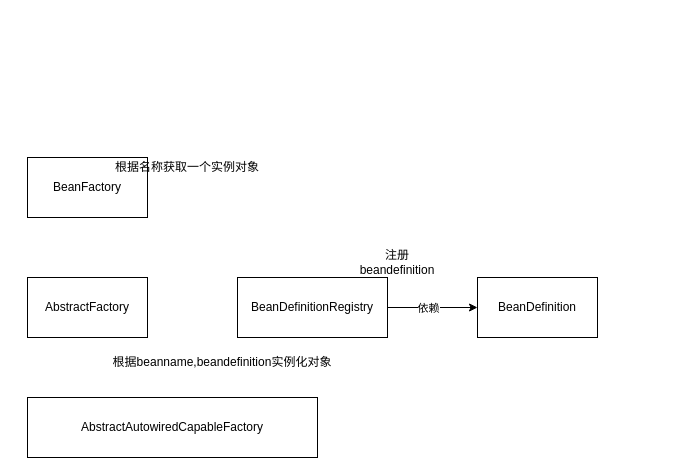
Before: 未命名绘图.drawio in basion187559/draw.io, a draw.io diagram. Source tidied: cells renumbered, new cells numbered last; positions are measured from the earlier drawing's top-left corner, leaving out a move shared by most shapes. Both pictures are drawn from the tidied source at 100%, with x=0, y=0 at pixel (27, 157).
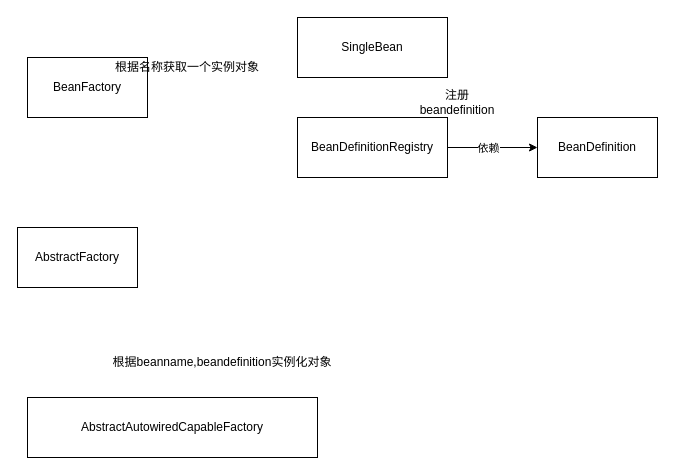
After the change.

Diff of the diagram source:
```diff
@@
 <mxGraphModel>
   <root>
     <mxCell id="0" />
     <mxCell id="1" parent="0" />
     <mxCell id="2" value="BeanFactory" style="rounded=0;whiteSpace=wrap;html=1;" parent="1" vertex="1">
-      <mxGeometry width="120" height="60" as="geometry" />
+      <mxGeometry y="-100" width="120" height="60" as="geometry" />
     </mxCell>
     <mxCell id="3" value="根据名称获取一个实例对象" style="text;html=1;strokeColor=none;fillColor=none;align=center;verticalAlign=middle;whiteSpace=wrap;rounded=0;" parent="1" vertex="1">
-      <mxGeometry x="80" width="160" height="20" as="geometry" />
+      <mxGeometry x="80" y="-100" width="160" height="20" as="geometry" />
     </mxCell>
     <mxCell id="4" style="edgeStyle=orthogonalEdgeStyle;rounded=0;jettySize=auto;html=1;exitX=1;exitY=0.5;exitDx=0;exitDy=0;entryX=0;entryY=0.5;entryDx=0;entryDy=0;" parent="1" edge="1" source="6" target="7">
       <mxGeometry relative="1" as="geometry" />
     </mxCell>
     <mxCell id="5" value="依赖" style="edgeLabel;html=1;align=center;verticalAlign=middle;" parent="4" vertex="1">
       <mxGeometry x="-0.11" y="1" relative="1" as="geometry">
         <mxPoint y="1" as="offset" />
       </mxGeometry>
     </mxCell>
     <mxCell id="6" value="BeanDefinitionRegistry" style="rounded=0;whiteSpace=wrap;html=1;" parent="1" vertex="1">
-      <mxGeometry x="210" y="120" width="150" height="60" as="geometry" />
+      <mxGeometry x="270" y="-40" width="150" height="60" as="geometry" />
     </mxCell>
     <mxCell id="7" value="BeanDefinition" style="rounded=0;whiteSpace=wrap;html=1;" parent="1" vertex="1">
-      <mxGeometry x="450" y="120" width="120" height="60" as="geometry" />
+      <mxGeometry x="510" y="-40" width="120" height="60" as="geometry" />
     </mxCell>
     <mxCell id="8" value="注册beandefinition" style="text;html=1;strokeColor=none;fillColor=none;align=center;verticalAlign=middle;whiteSpace=wrap;rounded=0;" parent="1" vertex="1">
-      <mxGeometry x="320" y="90" width="100" height="30" as="geometry" />
+      <mxGeometry x="380" y="-70" width="100" height="30" as="geometry" />
     </mxCell>
     <mxCell id="9" value="AbstractFactory" style="rounded=0;whiteSpace=wrap;html=1;" parent="1" vertex="1">
-      <mxGeometry y="120" width="120" height="60" as="geometry" />
+      <mxGeometry x="-10" y="70" width="120" height="60" as="geometry" />
     </mxCell>
     <mxCell id="10" value="根据beanname,beandefinition实例化对象" style="text;html=1;strokeColor=none;fillColor=none;align=center;verticalAlign=middle;whiteSpace=wrap;rounded=0;" parent="1" vertex="1">
       <mxGeometry x="80" y="190" width="230" height="30" as="geometry" />
     </mxCell>
     <mxCell id="11" value="AbstractAutowiredCapableFactory" style="rounded=0;whiteSpace=wrap;html=1;" parent="1" vertex="1">
       <mxGeometry y="240" width="290" height="60" as="geometry" />
     </mxCell>
+    <mxCell id="12" value="SingleBean" style="rounded=0;whiteSpace=wrap;html=1;" parent="1" vertex="1">
+      <mxGeometry x="270" y="-140" width="150" height="60" as="geometry" />
+    </mxCell>
   </root>
 </mxGraphModel>
```
